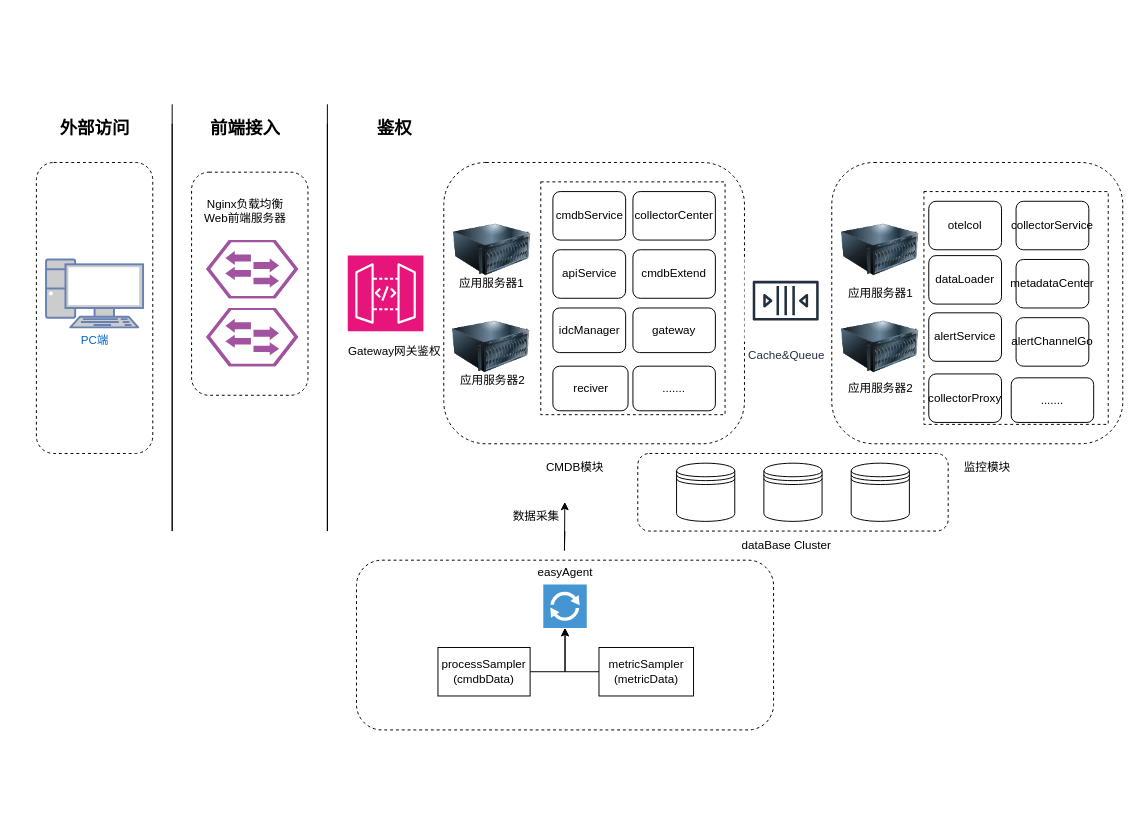
The draw.io diagram 部署架构图.drawio in jaywin2u/practices, before the edit. Source tidied: cells renumbered, new cells numbered last; positions are measured from the earlier drawing's top-left corner, leaving out a move shared by most shapes. Both pictures are drawn from the tidied source at 97%, with x=0, y=0 at pixel (36, 104).
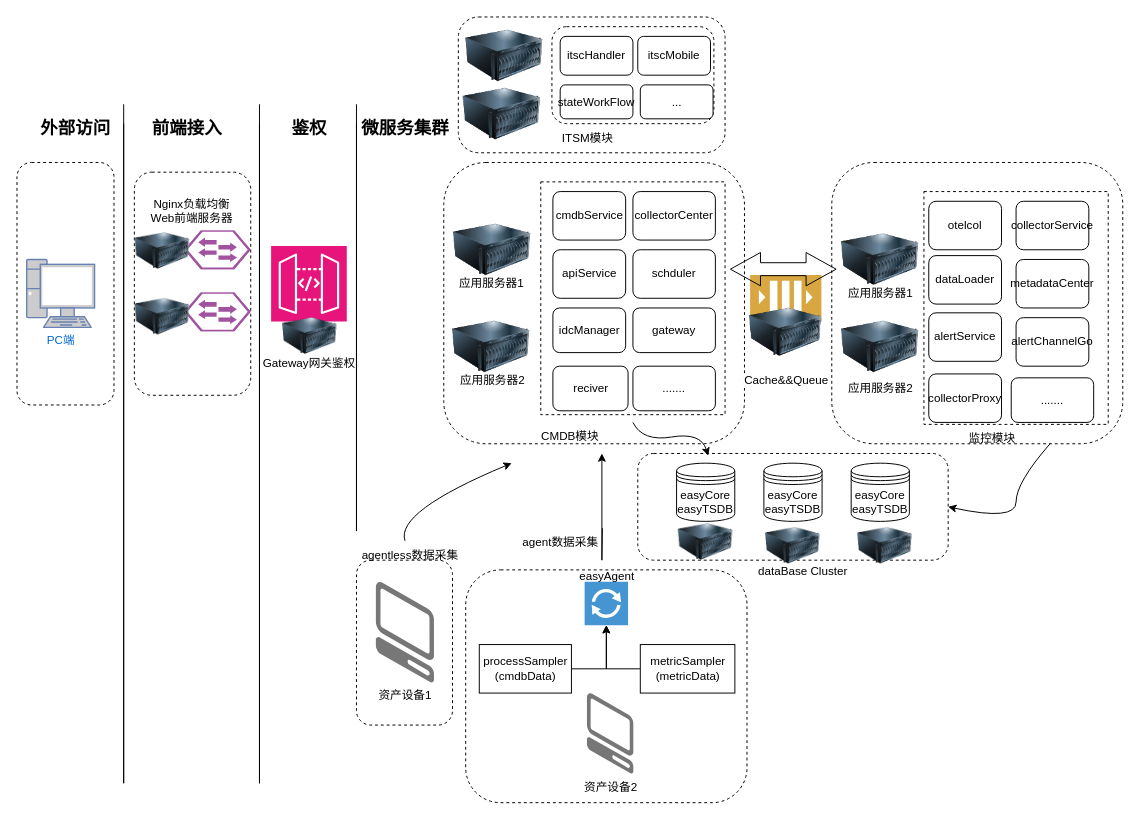
After the change.

Commit message (it also covers changes not shown here):
更新部署架构图.drawio

Unchanged cells that the change refers to:
```xml
<mxCell id="42" style="rounded=1;whiteSpace=wrap;html=1;dashed=1;" parent="1" vertex="1">
  <mxGeometry x="820" y="60" width="300" height="290" as="geometry" />
</mxCell>
```

The edit, as a diff of the source:
```diff
@@
+    <mxCell id="60" style="rounded=1;whiteSpace=wrap;html=1;strokeColor=default;align=center;verticalAlign=middle;fontFamily=Helvetica;fontSize=12;fontColor=default;fillColor=default;dashed=1;" parent="1" vertex="1">
+      <mxGeometry x="330" y="470" width="99" height="170" as="geometry" />
+    </mxCell>
     <mxCell id="2" style="rounded=1;whiteSpace=wrap;html=1;strokeColor=default;align=center;verticalAlign=middle;fontFamily=Helvetica;fontSize=12;fontColor=default;fillColor=default;dashed=1;" parent="1" vertex="1">
-      <mxGeometry x="620" y="360" width="320" height="80" as="geometry" />
+      <mxGeometry x="620" y="360" width="320" height="110" as="geometry" />
     </mxCell>
     <mxCell id="3" style="rounded=1;whiteSpace=wrap;html=1;dashed=1;" parent="1" vertex="1">
-      <mxGeometry x="160" y="70" width="120" height="230" as="geometry" />
+      <mxGeometry x="101" y="70" width="120" height="230" as="geometry" />
     </mxCell>
     <mxCell id="4" style="rounded=1;whiteSpace=wrap;html=1;dashed=1;" parent="1" vertex="1">
-      <mxGeometry y="60" width="120" height="300" as="geometry" />
+      <mxGeometry x="-20" y="60" width="100" height="250" as="geometry" />
     </mxCell>
     <mxCell id="5" value="&lt;b&gt;&lt;font style=&quot;font-size: 18px;&quot;&gt;外部访问&lt;/font&gt;&lt;/b&gt;" style="text;html=1;align=center;verticalAlign=middle;strokeColor=none;fillColor=none;fontFamily=Helvetica;fontSize=12;fontColor=default;" parent="1" vertex="1">
-      <mxGeometry x="10" y="5" width="100" height="40" as="geometry" />
+      <mxGeometry x="-10" y="5" width="100" height="40" as="geometry" />
     </mxCell>
     <mxCell id="6" value="PC端" style="fontColor=#0066CC;verticalAlign=top;verticalLabelPosition=bottom;labelPosition=center;align=center;html=1;fillColor=#CCCCCC;strokeColor=#6881B3;gradientColor=none;gradientDirection=north;strokeWidth=2;shape=mxgraph.networks.pc;rounded=0;fontFamily=Helvetica;fontSize=12;" parent="1" vertex="1">
-      <mxGeometry x="10" y="160" width="100" height="70" as="geometry" />
+      <mxGeometry x="-10" y="160" width="70" height="70" as="geometry" />
     </mxCell>
     <mxCell id="7" value="&lt;b&gt;&lt;font style=&quot;font-size: 18px;&quot;&gt;前端接入&lt;/font&gt;&lt;/b&gt;" style="text;html=1;align=center;verticalAlign=middle;strokeColor=none;fillColor=none;fontFamily=Helvetica;fontSize=12;fontColor=default;" parent="1" vertex="1">
-      <mxGeometry x="165" y="5" width="100" height="40" as="geometry" />
+      <mxGeometry x="105" y="5" width="100" height="40" as="geometry" />
     </mxCell>
     <mxCell id="8" style="rounded=1;whiteSpace=wrap;html=1;dashed=1;verticalLabelPosition=bottom;sketch=0;fillColor=#A153A0;strokeColor=#ffffff;verticalAlign=top;shape=mxgraph.cisco_safe.compositeIcon;bgIcon=mxgraph.cisco_safe.design.blank_device;resIcon=mxgraph.cisco_safe.design.access_switch_2;" parent="1" vertex="1">
-      <mxGeometry x="175" y="140" width="95" height="60" as="geometry" />
+      <mxGeometry x="152.5" y="130" width="68.5" height="40" as="geometry" />
     </mxCell>
-    <mxCell id="9" style="rounded=1;whiteSpace=wrap;html=1;dashed=1;verticalLabelPosition=bottom;sketch=0;fillColor=#A153A0;strokeColor=#ffffff;verticalAlign=top;shape=mxgraph.cisco_safe.compositeIcon;bgIcon=mxgraph.cisco_safe.design.blank_device;resIcon=mxgraph.cisco_safe.design.access_switch_2;" parent="1" vertex="1">
-      <mxGeometry x="175" y="210" width="95" height="60" as="geometry" />
-    </mxCell>
     <mxCell id="10" value="Nginx负载均衡&lt;br&gt;Web前端服务器" style="text;html=1;align=center;verticalAlign=middle;strokeColor=none;fillColor=none;fontFamily=Helvetica;fontSize=12;fontColor=default;" parent="1" vertex="1">
-      <mxGeometry x="160" y="90" width="110" height="40" as="geometry" />
+      <mxGeometry x="105" y="90" width="110" height="40" as="geometry" />
     </mxCell>
     <mxCell id="11" style="sketch=0;fontColor=#232F3E;fillColor=#E7157B;strokeColor=#ffffff;dashed=0;verticalLabelPosition=bottom;verticalAlign=top;align=center;html=1;fontSize=12;fontStyle=0;shape=mxgraph.aws4.resourceIcon;resIcon=mxgraph.aws4.api_gateway;rounded=0;fontFamily=Helvetica;" parent="1" vertex="1">
-      <mxGeometry x="321" y="156" width="78" height="78" as="geometry" />
+      <mxGeometry x="242" y="146" width="78" height="78" as="geometry" />
     </mxCell>
     <mxCell id="12" value="&lt;span style=&quot;font-size: 18px;&quot;&gt;&lt;b&gt;鉴权&lt;/b&gt;&lt;/span&gt;" style="text;html=1;align=center;verticalAlign=middle;strokeColor=none;fillColor=none;fontFamily=Helvetica;fontSize=12;fontColor=default;" parent="1" vertex="1">
-      <mxGeometry x="339" y="5" width="60" height="40" as="geometry" />
+      <mxGeometry x="251" y="5" width="60" height="40" as="geometry" />
     </mxCell>
     <mxCell id="13" value="Gateway网关鉴权" style="text;html=1;align=center;verticalAlign=middle;strokeColor=none;fillColor=none;fontFamily=Helvetica;fontSize=12;fontColor=default;" parent="1" vertex="1">
-      <mxGeometry x="309" y="240" width="120" height="30" as="geometry" />
+      <mxGeometry x="221" y="252" width="120" height="30" as="geometry" />
     </mxCell>
@@
     <mxCell id="18" value="CMDB模块" style="text;html=1;align=center;verticalAlign=middle;strokeColor=none;fillColor=none;fontFamily=Helvetica;fontSize=12;fontColor=default;" parent="1" vertex="1">
-      <mxGeometry x="515" y="360" width="80" height="30" as="geometry" />
+      <mxGeometry x="510" y="328" width="80" height="30" as="geometry" />
     </mxCell>
@@
-    <mxCell id="24" value="cmdbExtend" style="rounded=1;whiteSpace=wrap;html=1;strokeColor=default;align=center;verticalAlign=middle;fontFamily=Helvetica;fontSize=12;fontColor=default;fillColor=default;" parent="1" vertex="1">
+    <mxCell id="24" value="schduler" style="rounded=1;whiteSpace=wrap;html=1;strokeColor=default;align=center;verticalAlign=middle;fontFamily=Helvetica;fontSize=12;fontColor=default;fillColor=default;" parent="1" vertex="1">
       <mxGeometry x="615" y="150" width="85" height="50" as="geometry" />
     </mxCell>
@@
     <mxCell id="29" style="rounded=1;whiteSpace=wrap;html=1;strokeColor=default;align=center;verticalAlign=middle;fontFamily=Helvetica;fontSize=12;fontColor=default;fillColor=default;dashed=1;" parent="1" vertex="1">
-      <mxGeometry x="330" y="470" width="430" height="175" as="geometry" />
+      <mxGeometry x="442.6" y="480" width="290" height="240" as="geometry" />
     </mxCell>
     <mxCell id="30" style="shadow=0;dashed=0;html=1;strokeColor=none;fillColor=#4495D1;labelPosition=center;verticalLabelPosition=bottom;verticalAlign=top;align=center;outlineConnect=0;shape=mxgraph.veeam.2d.proxy;rounded=0;fontFamily=Helvetica;fontSize=12;fontColor=default;" parent="1" vertex="1">
-      <mxGeometry x="522.6" y="495.2" width="44.8" height="44.8" as="geometry" />
+      <mxGeometry x="565.2" y="492.2" width="44.8" height="44.8" as="geometry" />
     </mxCell>
@@
     <mxCell id="32" value="processSampler&lt;br&gt;(cmdbData)" style="html=1;dashed=0;whiteSpace=wrap;rounded=0;strokeColor=default;align=center;verticalAlign=middle;fontFamily=Helvetica;fontSize=12;fontColor=default;fillColor=default;" parent="1" vertex="1">
-      <mxGeometry x="414" y="560" width="95" height="50" as="geometry" />
+      <mxGeometry x="456.6" y="557" width="95" height="50" as="geometry" />
     </mxCell>
@@
     <mxCell id="34" value="metricSampler&lt;br&gt;(metricData)" style="html=1;dashed=0;whiteSpace=wrap;rounded=0;strokeColor=default;align=center;verticalAlign=middle;fontFamily=Helvetica;fontSize=12;fontColor=default;fillColor=default;" parent="1" vertex="1">
-      <mxGeometry x="580" y="560" width="97.5" height="50" as="geometry" />
+      <mxGeometry x="622.6" y="557" width="97.5" height="50" as="geometry" />
     </mxCell>
     <mxCell id="35" value="easyAgent&lt;div&gt;&lt;br&gt;&lt;/div&gt;" style="text;html=1;align=center;verticalAlign=middle;strokeColor=none;fillColor=none;fontFamily=Helvetica;fontSize=12;fontColor=default;" parent="1" vertex="1">
-      <mxGeometry x="505" y="470" width="80" height="40" as="geometry" />
+      <mxGeometry x="547.6" y="473.9" width="80" height="40" as="geometry" />
     </mxCell>
     <mxCell id="36" style="endArrow=classic;html=1;rounded=0;fontFamily=Helvetica;fontSize=12;fontColor=default;" parent="1" edge="1">
       <mxGeometry relative="1" as="geometry">
-        <mxPoint x="544.8" y="440" as="sourcePoint" />
-        <mxPoint x="544.8" y="410" as="targetPoint" />
+        <mxPoint x="583.5" y="437" as="sourcePoint" />
+        <mxPoint x="583" y="360" as="targetPoint" />
         <Array as="points">
-          <mxPoint x="544.4" y="460" />
+          <mxPoint x="583" y="470" />
         </Array>
       </mxGeometry>
     </mxCell>
-    <mxCell id="37" value="数据采集" style="text;html=1;align=center;verticalAlign=middle;strokeColor=none;fillColor=none;fontFamily=Helvetica;fontSize=12;fontColor=default;" parent="1" vertex="1">
-      <mxGeometry x="480" y="410" width="70" height="30" as="geometry" />
+    <mxCell id="37" value="agent数据采集" style="text;html=1;align=center;verticalAlign=middle;strokeColor=none;fillColor=none;fontFamily=Helvetica;fontSize=12;fontColor=default;" parent="1" vertex="1">
+      <mxGeometry x="490" y="437" width="100" height="30" as="geometry" />
     </mxCell>
-    <mxCell id="38" style="shape=datastore;whiteSpace=wrap;html=1;rounded=0;strokeColor=default;align=center;verticalAlign=middle;fontFamily=Helvetica;fontSize=12;fontColor=default;fillColor=default;" parent="1" vertex="1">
+    <mxCell id="38" value="easyCore&lt;div&gt;easyTSDB&lt;/div&gt;" style="shape=datastore;whiteSpace=wrap;html=1;rounded=0;strokeColor=default;align=center;verticalAlign=middle;fontFamily=Helvetica;fontSize=12;fontColor=default;fillColor=default;" parent="1" vertex="1">
       <mxGeometry x="660" y="370" width="60" height="60" as="geometry" />
     </mxCell>
-    <mxCell id="39" style="shape=datastore;whiteSpace=wrap;html=1;rounded=0;strokeColor=default;align=center;verticalAlign=middle;fontFamily=Helvetica;fontSize=12;fontColor=default;fillColor=default;" parent="1" vertex="1">
+    <mxCell id="39" value="easyCore&lt;div&gt;easyTSDB&lt;/div&gt;" style="shape=datastore;whiteSpace=wrap;html=1;rounded=0;strokeColor=default;align=center;verticalAlign=middle;fontFamily=Helvetica;fontSize=12;fontColor=default;fillColor=default;" parent="1" vertex="1">
       <mxGeometry x="750" y="370" width="60" height="60" as="geometry" />
     </mxCell>
-    <mxCell id="40" style="shape=datastore;whiteSpace=wrap;html=1;rounded=0;strokeColor=default;align=center;verticalAlign=middle;fontFamily=Helvetica;fontSize=12;fontColor=default;fillColor=default;" parent="1" vertex="1">
+    <mxCell id="40" value="easyCore&lt;div&gt;easyTSDB&lt;/div&gt;" style="shape=datastore;whiteSpace=wrap;html=1;rounded=0;strokeColor=default;align=center;verticalAlign=middle;fontFamily=Helvetica;fontSize=12;fontColor=default;fillColor=default;" parent="1" vertex="1">
       <mxGeometry x="840" y="370" width="60" height="60" as="geometry" />
     </mxCell>
-    <mxCell id="41" value="&lt;div&gt;Cache&amp;amp;&lt;span style=&quot;background-color: initial;&quot;&gt;Queue&lt;/span&gt;&lt;/div&gt;" style="sketch=0;fontColor=#232F3E;gradientColor=none;strokeColor=#232F3E;fillColor=#ffffff;dashed=0;verticalLabelPosition=bottom;verticalAlign=top;align=center;html=1;fontSize=12;fontStyle=0;shape=mxgraph.aws4.resourceIcon;resIcon=mxgraph.aws4.queue;rounded=0;fontFamily=Helvetica;" parent="1" vertex="1">
-      <mxGeometry x="730" y="160" width="85" height="85" as="geometry" />
-    </mxCell>
@@
     <mxCell id="43" style="image;html=1;image=img/lib/clip_art/computers/Server_128x128.png;rounded=0;strokeColor=default;align=center;verticalAlign=middle;fontFamily=Helvetica;fontSize=12;fontColor=default;fillColor=default;" parent="1" vertex="1">
-      <mxGeometry x="830" y="110" width="80" height="80" as="geometry" />
+      <mxGeometry x="830" y="120" width="80" height="80" as="geometry" />
     </mxCell>
@@
     <mxCell id="47" value="监控模块" style="text;html=1;align=center;verticalAlign=middle;strokeColor=none;fillColor=none;fontFamily=Helvetica;fontSize=12;fontColor=default;" parent="1" vertex="1">
-      <mxGeometry x="945" y="360" width="70" height="30" as="geometry" />
+      <mxGeometry x="950" y="330" width="70" height="30" as="geometry" />
     </mxCell>
@@
     <mxCell id="57" value="dataBase Cluster" style="text;html=1;align=center;verticalAlign=middle;strokeColor=none;fillColor=none;fontFamily=Helvetica;fontSize=12;fontColor=default;" parent="1" vertex="1">
-      <mxGeometry x="712.5" y="440" width="120" height="30" as="geometry" />
+      <mxGeometry x="730" y="467" width="120" height="30" as="geometry" />
     </mxCell>
     <mxCell id="58" style="endArrow=none;html=1;rounded=0;fontFamily=Helvetica;fontSize=15;fontColor=default;fontStyle=1;" parent="1" edge="1">
       <mxGeometry relative="1" as="geometry">
-        <mxPoint x="140" y="20" as="sourcePoint" />
-        <mxPoint x="140" as="targetPoint" />
+        <mxPoint x="90" y="20" as="sourcePoint" />
+        <mxPoint x="90" as="targetPoint" />
         <Array as="points">
-          <mxPoint x="140" y="440" />
+          <mxPoint x="90" y="700" />
         </Array>
       </mxGeometry>
     </mxCell>
     <mxCell id="59" style="endArrow=none;html=1;rounded=0;fontFamily=Helvetica;fontSize=15;fontColor=default;fontStyle=1;" parent="1" edge="1">
       <mxGeometry relative="1" as="geometry">
-        <mxPoint x="300" y="20" as="sourcePoint" />
-        <mxPoint x="300" as="targetPoint" />
+        <mxPoint x="230" y="20" as="sourcePoint" />
+        <mxPoint x="230" as="targetPoint" />
         <Array as="points">
-          <mxPoint x="300" y="440" />
-          <mxPoint x="300" y="240" />
+          <mxPoint x="230" y="700" />
+          <mxPoint x="230" y="240" />
         </Array>
       </mxGeometry>
     </mxCell>
+    <mxCell id="61" style="rounded=1;whiteSpace=wrap;html=1;strokeColor=default;align=center;verticalAlign=middle;fontFamily=Helvetica;fontSize=12;fontColor=default;fillColor=default;dashed=1;" parent="1" vertex="1">
+      <mxGeometry x="435" y="-90" width="275" height="140" as="geometry" />
+    </mxCell>
+    <mxCell id="62" style="image;html=1;image=img/lib/clip_art/computers/Server_128x128.png;rounded=0;strokeColor=default;align=center;verticalAlign=middle;fontFamily=Helvetica;fontSize=12;fontColor=default;fillColor=default;" parent="1" vertex="1">
+      <mxGeometry x="440" y="-30" width="80" height="80" as="geometry" />
+    </mxCell>
+    <mxCell id="63" style="image;html=1;image=img/lib/clip_art/computers/Server_128x128.png;rounded=0;strokeColor=default;align=center;verticalAlign=middle;fontFamily=Helvetica;fontSize=12;fontColor=default;fillColor=default;" parent="1" vertex="1">
+      <mxGeometry x="442.6" y="-90" width="80" height="80" as="geometry" />
+    </mxCell>
+    <mxCell id="64" value="资产设备1" style="verticalLabelPosition=bottom;html=1;verticalAlign=top;strokeWidth=1;align=center;dashed=0;shape=mxgraph.aws3d.client;strokeColor=none;fillColor=#777777;rounded=0;fontFamily=Helvetica;fontSize=12;fontColor=default;" parent="1" vertex="1">
+      <mxGeometry x="350" y="492.2" width="60" height="104" as="geometry" />
+    </mxCell>
+    <mxCell id="65" value="资产设备2" style="verticalLabelPosition=bottom;html=1;verticalAlign=top;strokeWidth=1;align=center;dashed=0;shape=mxgraph.aws3d.client;strokeColor=none;fillColor=#777777;rounded=0;fontFamily=Helvetica;fontSize=12;fontColor=default;" parent="1" vertex="1">
+      <mxGeometry x="567.6" y="607" width="47.9" height="83" as="geometry" />
+    </mxCell>
+    <mxCell id="66" style="curved=1;endArrow=classic;html=1;rounded=0;fontFamily=Helvetica;fontSize=12;fontColor=default;" parent="1" edge="1" source="78">
+      <mxGeometry relative="1" as="geometry">
+        <mxPoint x="490" y="370" as="targetPoint" />
+        <Array as="points">
+          <mxPoint x="370" y="420" />
+        </Array>
+      </mxGeometry>
+    </mxCell>
+    <mxCell id="67" style="rounded=1;whiteSpace=wrap;html=1;strokeColor=default;align=center;verticalAlign=middle;fontFamily=Helvetica;fontSize=12;fontColor=default;fillColor=default;dashed=1;" parent="1" vertex="1">
+      <mxGeometry x="531.5" y="-80" width="167" height="100" as="geometry" />
+    </mxCell>
+    <mxCell id="68" value="itscHandler" style="rounded=1;whiteSpace=wrap;html=1;strokeColor=default;align=center;verticalAlign=middle;fontFamily=Helvetica;fontSize=12;fontColor=default;fillColor=default;" parent="1" vertex="1">
+      <mxGeometry x="540" y="-70" width="75" height="40" as="geometry" />
+    </mxCell>
+    <mxCell id="69" value="itscMobile" style="rounded=1;whiteSpace=wrap;html=1;strokeColor=default;align=center;verticalAlign=middle;fontFamily=Helvetica;fontSize=12;fontColor=default;fillColor=default;" parent="1" vertex="1">
+      <mxGeometry x="620" y="-70" width="75" height="40" as="geometry" />
+    </mxCell>
+    <mxCell id="70" value="stateWorkFlow" style="rounded=1;whiteSpace=wrap;html=1;strokeColor=default;align=center;verticalAlign=middle;fontFamily=Helvetica;fontSize=12;fontColor=default;fillColor=default;" parent="1" vertex="1">
+      <mxGeometry x="540" y="-20" width="75" height="35" as="geometry" />
+    </mxCell>
+    <mxCell id="71" value="..." style="rounded=1;whiteSpace=wrap;html=1;strokeColor=default;align=center;verticalAlign=middle;fontFamily=Helvetica;fontSize=12;fontColor=default;fillColor=default;" parent="1" vertex="1">
+      <mxGeometry x="622.6" y="-20" width="75" height="35" as="geometry" />
+    </mxCell>
+    <mxCell id="72" style="image;html=1;image=img/lib/clip_art/computers/Server_128x128.png;rounded=0;strokeColor=default;align=center;verticalAlign=middle;fontFamily=Helvetica;fontSize=12;fontColor=default;fillColor=default;" parent="1" vertex="1">
+      <mxGeometry x="650" y="432.2" width="80" height="37.8" as="geometry" />
+    </mxCell>
+    <mxCell id="73" style="image;html=1;image=img/lib/clip_art/computers/Server_128x128.png;rounded=0;strokeColor=default;align=center;verticalAlign=middle;fontFamily=Helvetica;fontSize=12;fontColor=default;fillColor=default;" parent="1" vertex="1">
+      <mxGeometry x="740" y="436.1" width="80" height="37.8" as="geometry" />
+    </mxCell>
+    <mxCell id="74" style="image;html=1;image=img/lib/clip_art/computers/Server_128x128.png;rounded=0;strokeColor=default;align=center;verticalAlign=middle;fontFamily=Helvetica;fontSize=12;fontColor=default;fillColor=default;" parent="1" vertex="1">
+      <mxGeometry x="835" y="436.1" width="80" height="37.8" as="geometry" />
+    </mxCell>
+    <mxCell id="75" value="ITSM模块" style="text;html=1;align=center;verticalAlign=middle;strokeColor=none;fillColor=none;fontFamily=Helvetica;fontSize=12;fontColor=default;" parent="1" vertex="1">
+      <mxGeometry x="527.5" y="20" width="80" height="30" as="geometry" />
+    </mxCell>
+    <mxCell id="76" style="image;html=1;image=img/lib/clip_art/computers/Server_128x128.png;rounded=0;strokeColor=default;align=center;verticalAlign=middle;fontFamily=Helvetica;fontSize=12;fontColor=default;fillColor=default;" parent="1" vertex="1">
+      <mxGeometry x="90" y="132.2" width="80" height="37.8" as="geometry" />
+    </mxCell>
+    <mxCell id="77" style="endArrow=none;html=1;rounded=0;fontFamily=Helvetica;fontSize=15;fontColor=default;fontStyle=1;" parent="1" edge="1">
+      <mxGeometry relative="1" as="geometry">
+        <mxPoint x="330" y="20" as="sourcePoint" />
+        <mxPoint x="330" as="targetPoint" />
+        <Array as="points">
+          <mxPoint x="330" y="440" />
+          <mxPoint x="330" y="240" />
+        </Array>
+      </mxGeometry>
+    </mxCell>
+    <mxCell id="78" value="agentless数据采集" style="text;html=1;align=center;verticalAlign=middle;points=[];strokeColor=none;fillColor=none;fontFamily=Helvetica;fontSize=12;fontColor=default;" parent="1" vertex="1">
+      <mxGeometry x="325" y="450" width="120" height="30" as="geometry" />
+    </mxCell>
+    <mxCell id="79" value="&lt;span style=&quot;font-size: 18px;&quot;&gt;&lt;b&gt;微服务集群&lt;/b&gt;&lt;/span&gt;" style="text;html=1;align=center;verticalAlign=middle;strokeColor=none;fillColor=none;fontFamily=Helvetica;fontSize=12;fontColor=default;" parent="1" vertex="1">
+      <mxGeometry x="325" y="5" width="110" height="40" as="geometry" />
+    </mxCell>
+    <mxCell id="80" style="rounded=1;whiteSpace=wrap;html=1;dashed=1;verticalLabelPosition=bottom;sketch=0;fillColor=#A153A0;strokeColor=#ffffff;verticalAlign=top;shape=mxgraph.cisco_safe.compositeIcon;bgIcon=mxgraph.cisco_safe.design.blank_device;resIcon=mxgraph.cisco_safe.design.access_switch_2;" parent="1" vertex="1">
+      <mxGeometry x="152.5" y="194" width="68.5" height="40" as="geometry" />
+    </mxCell>
+    <mxCell id="81" style="image;html=1;image=img/lib/clip_art/computers/Server_128x128.png;rounded=0;strokeColor=default;align=center;verticalAlign=middle;fontFamily=Helvetica;fontSize=12;fontColor=default;fillColor=default;" parent="1" vertex="1">
+      <mxGeometry x="90" y="200" width="80" height="37.8" as="geometry" />
+    </mxCell>
+    <mxCell id="82" style="image;html=1;image=img/lib/clip_art/computers/Server_128x128.png;rounded=0;strokeColor=default;align=center;verticalAlign=middle;fontFamily=Helvetica;fontSize=12;fontColor=default;fillColor=default;" parent="1" vertex="1">
+      <mxGeometry x="242" y="220" width="80" height="37.8" as="geometry" />
+    </mxCell>
+    <mxCell id="83" style="dashed=0;verticalLabelPosition=bottom;verticalAlign=top;align=center;html=1;shape=mxgraph.aws3.queue;fillColor=#D9A741;gradientColor=none;rounded=0;strokeColor=default;fontFamily=Helvetica;fontSize=12;fontColor=default;" parent="1" vertex="1">
+      <mxGeometry x="735.8" y="176" width="73.5" height="48" as="geometry" />
+    </mxCell>
+    <mxCell id="84" value="Cache&amp;amp;&amp;amp;Queue" style="image;html=1;image=img/lib/clip_art/computers/Server_128x128.png;rounded=0;strokeColor=default;align=center;verticalAlign=middle;fontFamily=Helvetica;fontSize=12;fontColor=default;fillColor=default;" parent="1" vertex="1">
+      <mxGeometry x="732.5" y="210" width="80" height="50" as="geometry" />
+    </mxCell>
+    <mxCell id="85" style="curved=1;endArrow=classic;html=1;rounded=0;fontFamily=Helvetica;fontSize=12;fontColor=default;entryX=1;entryY=0.5;entryDx=0;entryDy=0;exitX=0.75;exitY=1;exitDx=0;exitDy=0;" parent="1" edge="1" source="42" target="2">
+      <mxGeometry relative="1" as="geometry">
+        <Array as="points">
+          <mxPoint x="1010" y="390" />
+          <mxPoint x="1010" y="430" />
+        </Array>
+      </mxGeometry>
+    </mxCell>
+    <mxCell id="86" style="curved=1;endArrow=classic;html=1;rounded=0;fontFamily=Helvetica;fontSize=12;fontColor=default;entryX=0.544;entryY=-0.128;entryDx=0;entryDy=0;entryPerimeter=0;" parent="1" edge="1" target="38">
+      <mxGeometry relative="1" as="geometry">
+        <mxPoint x="615" y="328" as="sourcePoint" />
+        <Array as="points">
+          <mxPoint x="625" y="348" />
+          <mxPoint x="685" y="338" />
+        </Array>
+      </mxGeometry>
+    </mxCell>
+    <mxCell id="87" style="shape=flexArrow;endArrow=classic;startArrow=classic;html=1;rounded=0;fontFamily=Helvetica;fontSize=12;fontColor=default;width=13.333333333333334;startSize=10;endSize=10;" parent="1" edge="1">
+      <mxGeometry relative="1" as="geometry">
+        <mxPoint x="715" y="170" as="sourcePoint" />
+        <mxPoint x="825" y="170" as="targetPoint" />
+      </mxGeometry>
+    </mxCell>
```
